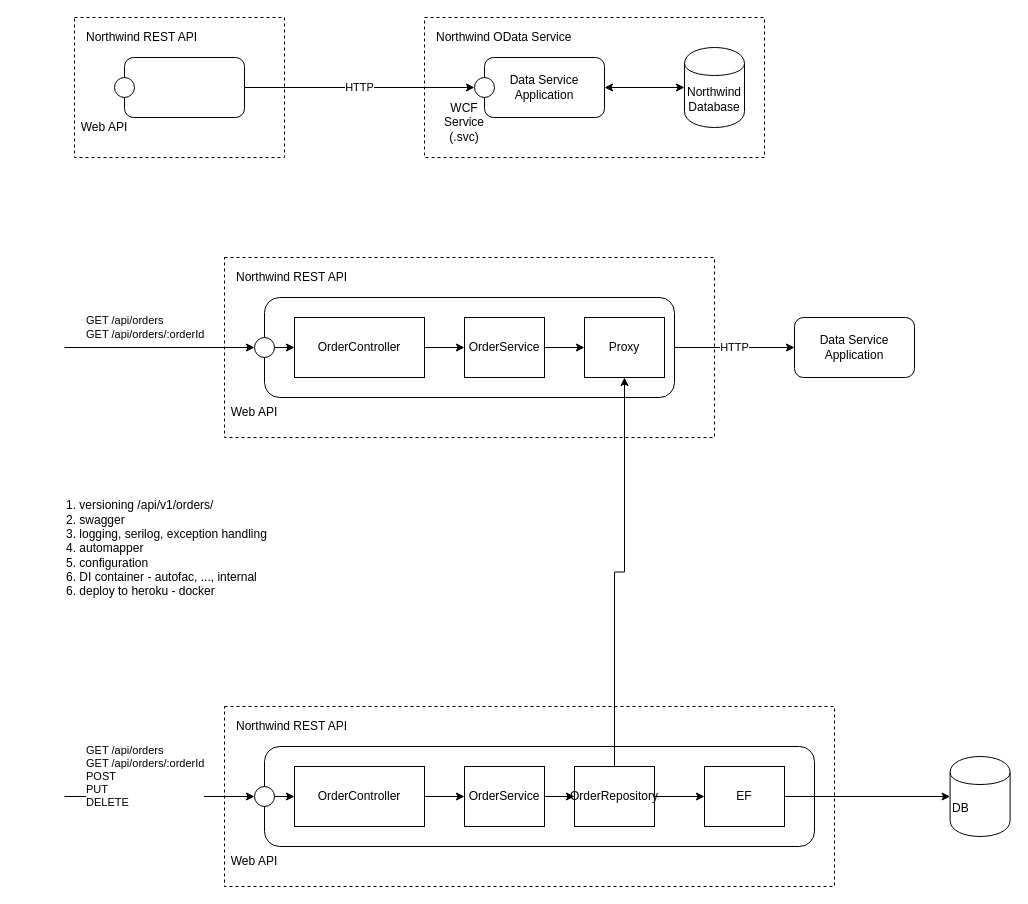
Above: page "task-1-northwind" (2 of 3) of diagrams/northwind.drawio in nadezhdaleshchevich/northwind-data-services-task (draw.io), before the change. Source tidied: cells renumbered, new cells numbered last; positions are measured from the earlier drawing's top-left corner, leaving out a move shared by most shapes. Both pictures are drawn from the tidied source at 100%, with x=0, y=0 at pixel (64, 17).
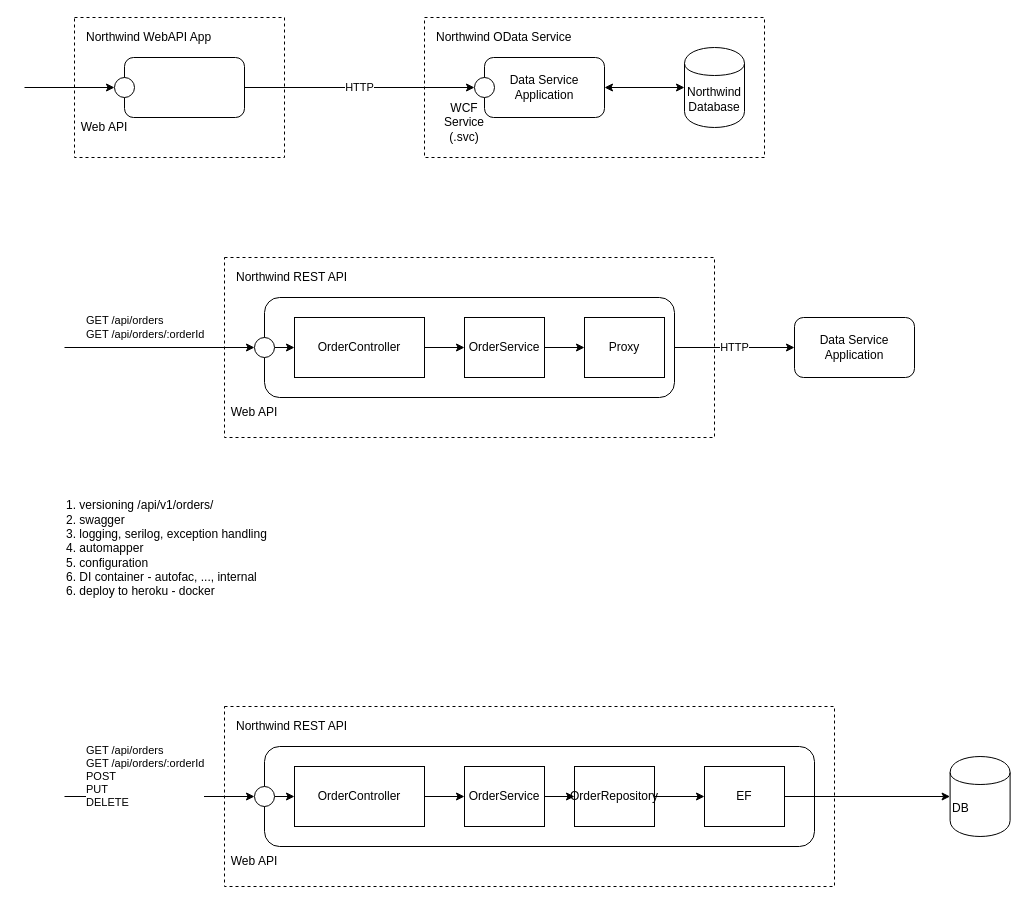
After the change.

The change refers to these unchanged cells:
```xml
<mxCell id="12" style="ellipse;whiteSpace=wrap;html=1;" parent="1" vertex="1">
  <mxGeometry x="50" y="60" width="20" height="20" as="geometry" />
</mxCell>
<mxCell id="23" value="Proxy" style="rounded=0;whiteSpace=wrap;html=1;" parent="1" vertex="1">
  <mxGeometry x="520" y="300" width="80" height="60" as="geometry" />
</mxCell>
<mxCell id="43" value="OrderRepository" style="rounded=0;whiteSpace=wrap;html=1;" parent="1" vertex="1">
  <mxGeometry x="510" y="749" width="80" height="60" as="geometry" />
</mxCell>
```

Change to the diagram source:
```diff
@@
-    <mxCell id="14" value="Northwind REST API" style="text;html=1;strokeColor=none;fillColor=none;align=left;verticalAlign=middle;whiteSpace=wrap;rounded=0;dashed=1;" parent="1" vertex="1">
+    <mxCell id="14" value="Northwind WebAPI App" style="text;html=1;strokeColor=none;fillColor=none;align=left;verticalAlign=middle;whiteSpace=wrap;rounded=0;dashed=1;" parent="1" vertex="1">
       <mxGeometry x="19.5" y="10" width="150" height="20" as="geometry" />
     </mxCell>
@@
-    <mxCell id="42" style="edgeStyle=orthogonalEdgeStyle;rounded=0;jettySize=auto;html=1;align=left;" parent="1" edge="1" source="43" target="23">
-      <mxGeometry relative="1" as="geometry" />
-    </mxCell>
@@
+    <mxCell id="47" style="endArrow=classic;html=1;align=left;entryX=0;entryY=0.5;entryDx=0;entryDy=0;" parent="1" edge="1" target="12">
+      <mxGeometry relative="1" as="geometry">
+        <mxPoint x="-40" y="70" as="sourcePoint" />
+      </mxGeometry>
+    </mxCell>
```
